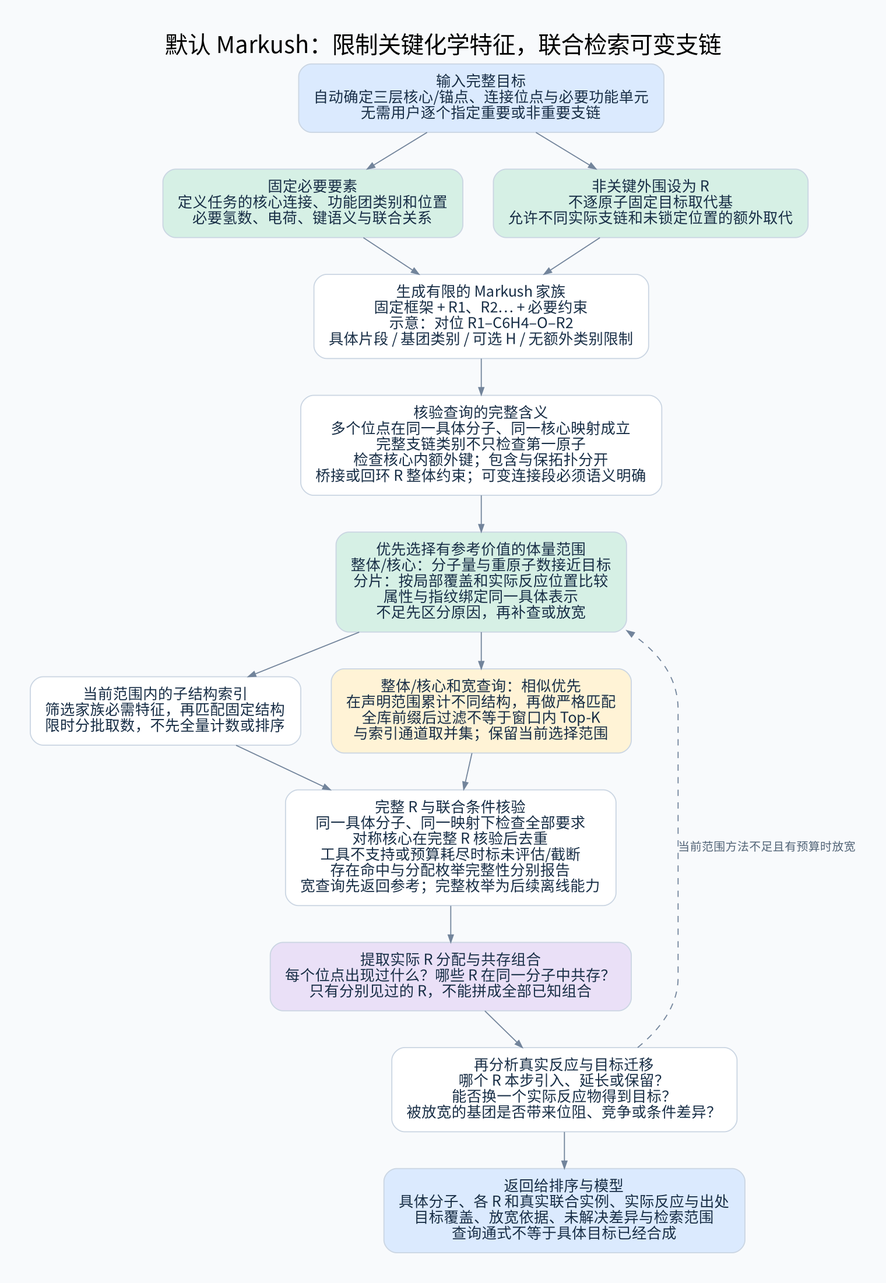
Before: diagrams/markush-query.png, a diagram exported from Graphviz (825728139/substructure_search). Its source is kept beside it as diagrams/markush-query.dot.
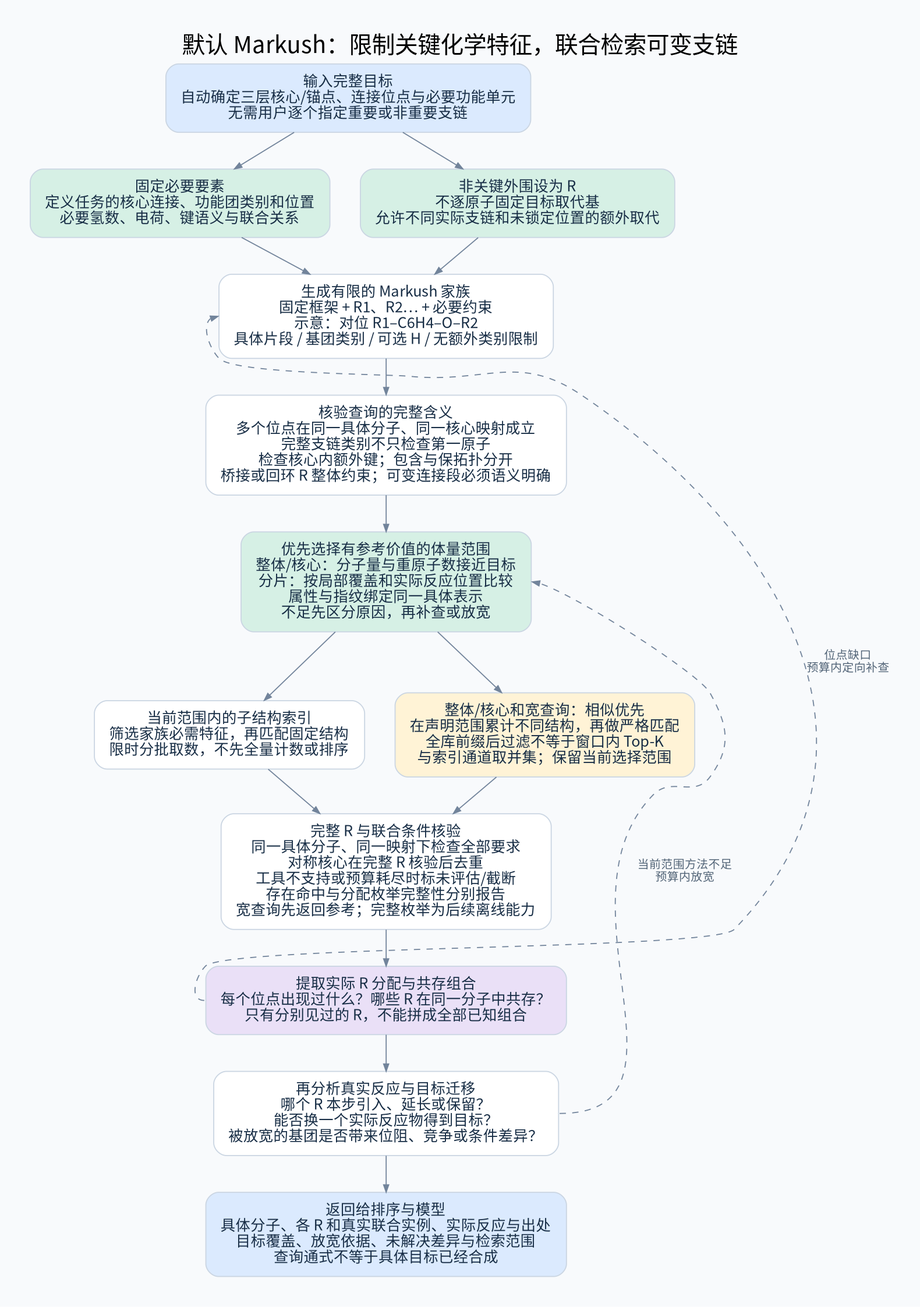
Above is the later version.

Change to the diagram source:
```diff
@@ -59,5 +59,8 @@
 scope -> similar;
 similar -> search;
 search -> result -> reaction -> out;
-reaction -> scope [style=dashed,label="当前范围方法不足且有预算时放宽"];
+result:w -> family:w [style=dashed,constraint=false,label="位点缺口
+预算内定向补查"];
+reaction:e -> scope:e [style=dashed,constraint=false,label="当前范围方法不足
+预算内放宽"];
 }
```
